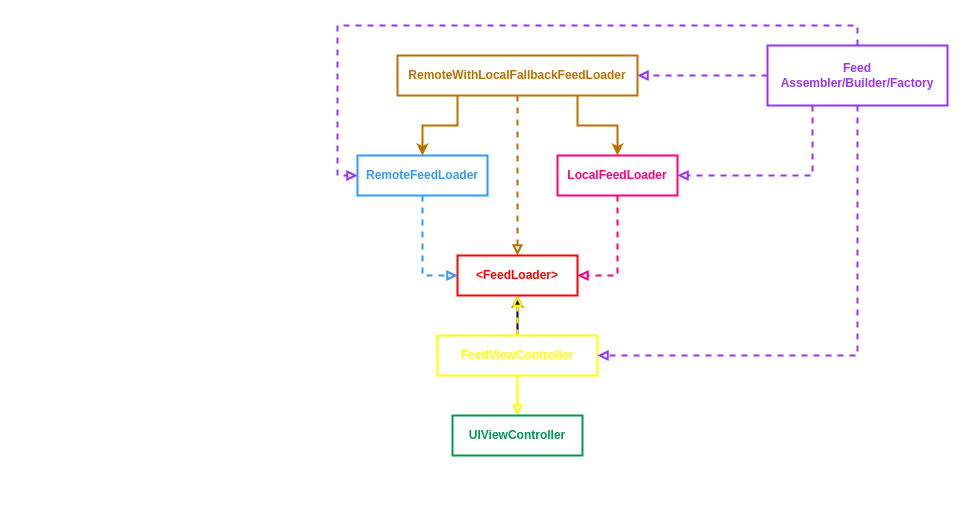
money-management-application/money-management-ios keeps this draw.io diagram as page "architecture" (2 of 2) of ops/notes/transaction-service/graphs.drawio. Above is the earlier version. Source tidied: cells renumbered, new cells numbered last; positions are measured from the earlier drawing's top-left corner, leaving out a move shared by most shapes. Both pictures are drawn from the tidied source at 100%, with x=0, y=0 at pixel (357, 45).
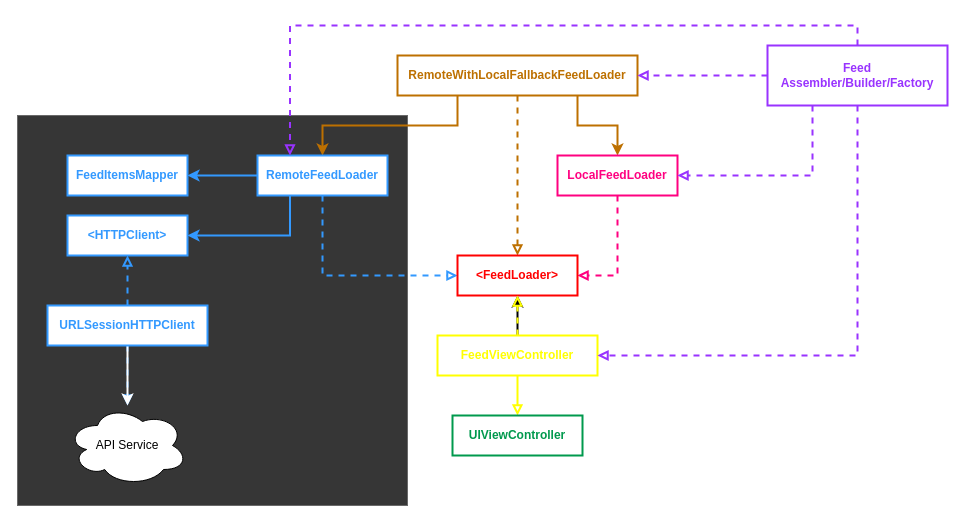
The same page after the edit.

Commit message:
Add HTTPClient Feature to UML transaction-service graph

Unchanged cells that the change refers to:
```xml
<mxCell id="20" value="&lt;b&gt;&lt;font color=&quot;#9933ff&quot;&gt;Feed&lt;br&gt;Assembler/Builder/Factory&lt;/font&gt;&lt;/b&gt;" style="whiteSpace=wrap;html=1;fontColor=#005700;strokeWidth=2;strokeColor=#9933FF;" parent="1" vertex="1">
  <mxGeometry x="410" width="180" height="60" as="geometry" />
</mxCell>
```

Change to the diagram source:
```diff
@@
+    <mxCell id="21" style="whiteSpace=wrap;html=1;strokeColor=#696969;fillColor=#363636;" parent="1" vertex="1">
+      <mxGeometry x="-340" y="70" width="390" height="390" as="geometry" />
+    </mxCell>
@@
+    <mxCell id="22" style="html=1;exitX=0.25;exitY=1;exitDx=0;exitDy=0;entryX=1;entryY=0.5;entryDx=0;entryDy=0;startArrow=none;startFill=0;elbow=vertical;edgeStyle=orthogonalEdgeStyle;rounded=0;endArrow=classic;endFill=1;strokeColor=#3399FF;strokeWidth=2;" parent="1" edge="1" source="7" target="25">
+      <mxGeometry relative="1" as="geometry" />
+    </mxCell>
+    <mxCell id="23" style="edgeStyle=orthogonalEdgeStyle;rounded=0;html=1;startArrow=none;startFill=0;endArrow=classic;endFill=1;strokeColor=#3399FF;strokeWidth=2;" parent="1" edge="1" source="7" target="24">
+      <mxGeometry relative="1" as="geometry" />
+    </mxCell>
     <mxCell id="7" value="&lt;b&gt;&lt;font color=&quot;#3399ff&quot;&gt;RemoteFeedLoader&lt;/font&gt;&lt;/b&gt;" style="whiteSpace=wrap;html=1;fontColor=#005700;strokeWidth=2;strokeColor=#3399FF;" parent="1" vertex="1">
-      <mxGeometry y="110" width="130" height="40" as="geometry" />
+      <mxGeometry x="-100" y="110" width="130" height="40" as="geometry" />
     </mxCell>
@@
-    <mxCell id="17" style="edgeStyle=orthogonalEdgeStyle;rounded=0;jettySize=auto;html=1;exitX=0.5;exitY=0;exitDx=0;exitDy=0;entryX=0;entryY=0.5;entryDx=0;entryDy=0;dashed=1;fontColor=#005700;endArrow=block;endFill=0;strokeWidth=2;strokeColor=#9933FF;" parent="1" edge="1" source="20" target="7">
+    <mxCell id="17" style="edgeStyle=orthogonalEdgeStyle;rounded=0;jettySize=auto;html=1;exitX=0.5;exitY=0;exitDx=0;exitDy=0;entryX=0.25;entryY=0;entryDx=0;entryDy=0;dashed=1;fontColor=#005700;endArrow=block;endFill=0;strokeWidth=2;strokeColor=#9933FF;" parent="1" edge="1" source="20" target="7">
       <mxGeometry relative="1" as="geometry" />
     </mxCell>
@@
+    <mxCell id="24" value="&lt;b&gt;&lt;font color=&quot;#3399ff&quot;&gt;FeedItemsMapper&lt;/font&gt;&lt;/b&gt;" style="whiteSpace=wrap;html=1;fontColor=#005700;strokeWidth=2;strokeColor=#3399FF;" parent="1" vertex="1">
+      <mxGeometry x="-290" y="110" width="120" height="40" as="geometry" />
+    </mxCell>
+    <mxCell id="25" value="&lt;b&gt;&lt;font color=&quot;#3399ff&quot;&gt;&amp;lt;HTTPClient&amp;gt;&lt;/font&gt;&lt;/b&gt;" style="whiteSpace=wrap;html=1;fontColor=#005700;strokeWidth=2;strokeColor=#3399FF;" parent="1" vertex="1">
+      <mxGeometry x="-290" y="170" width="120" height="40" as="geometry" />
+    </mxCell>
+    <mxCell id="26" style="edgeStyle=orthogonalEdgeStyle;rounded=0;html=1;entryX=0.5;entryY=1;entryDx=0;entryDy=0;startArrow=none;startFill=0;endArrow=block;endFill=0;strokeColor=#3399FF;strokeWidth=2;dashed=1;" parent="1" edge="1" source="29" target="25">
+      <mxGeometry relative="1" as="geometry" />
+    </mxCell>
+    <mxCell id="27" style="edgeStyle=orthogonalEdgeStyle;rounded=0;html=1;dashed=1;startArrow=none;startFill=0;endArrow=block;endFill=0;strokeColor=#3399FF;strokeWidth=2;" parent="1" edge="1" source="29" target="30">
+      <mxGeometry relative="1" as="geometry" />
+    </mxCell>
+    <mxCell id="28" style="edgeStyle=orthogonalEdgeStyle;rounded=0;html=1;startArrow=none;startFill=0;endArrow=classic;endFill=1;strokeWidth=2;strokeColor=#FFFFFF;" parent="1" edge="1" source="29" target="30">
+      <mxGeometry relative="1" as="geometry" />
+    </mxCell>
+    <mxCell id="29" value="&lt;b&gt;&lt;font color=&quot;#3399ff&quot;&gt;URLSessionHTTPClient&lt;/font&gt;&lt;/b&gt;" style="whiteSpace=wrap;html=1;fontColor=#005700;strokeWidth=2;strokeColor=#3399FF;" parent="1" vertex="1">
+      <mxGeometry x="-310" y="260" width="160" height="40" as="geometry" />
+    </mxCell>
+    <mxCell id="30" value="API Service" style="ellipse;shape=cloud;whiteSpace=wrap;html=1;" parent="1" vertex="1">
+      <mxGeometry x="-290" y="360" width="120" height="80" as="geometry" />
+    </mxCell>
```
